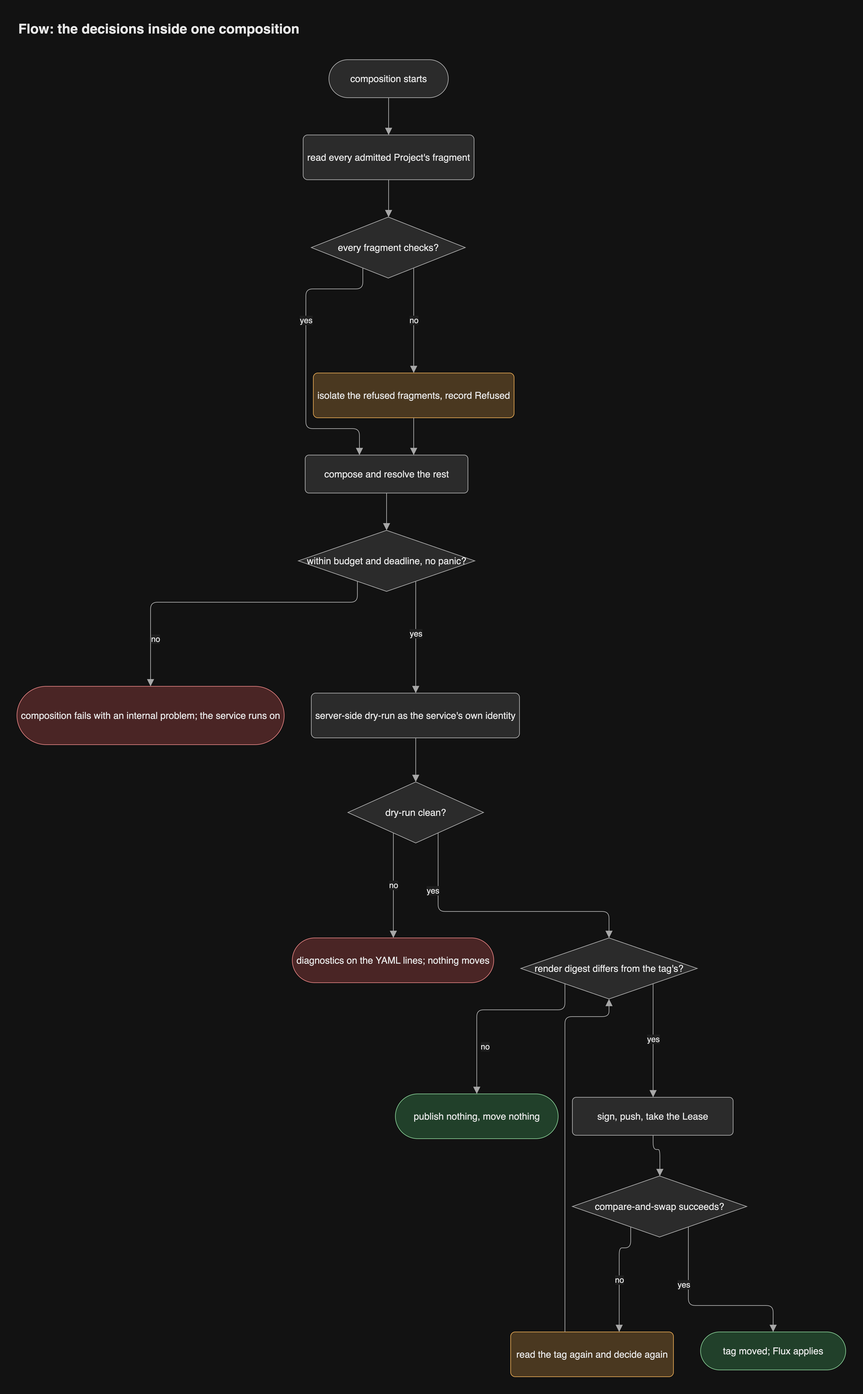
Earlier version of the draw.io export docs/diagrams/png/flow-composition.png (JorisJonkers-dev/estate-kit). Source tidied: cells renumbered, new cells last; positions are measured from the earlier drawing's top-left corner, leaving out a move shared by most shapes.
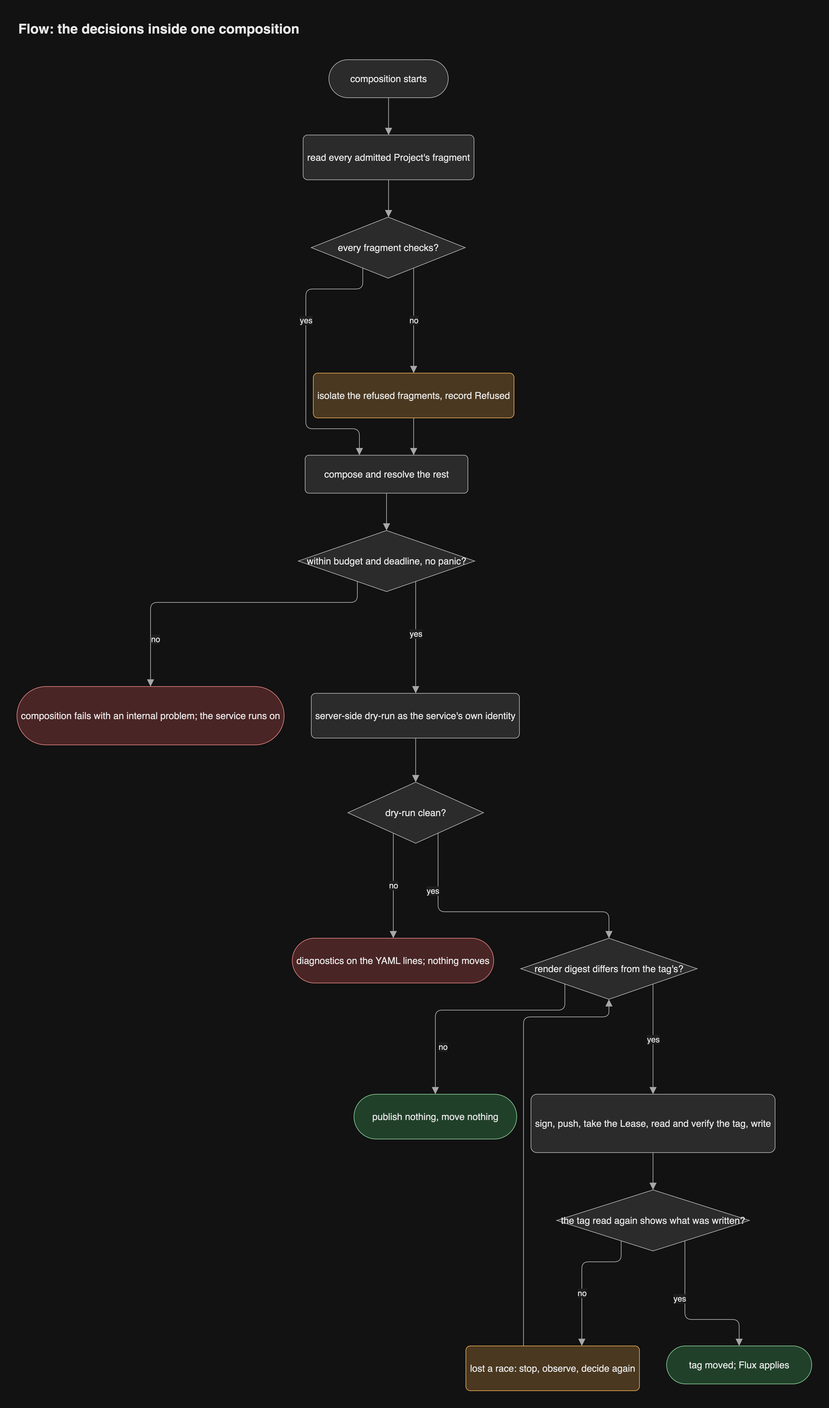
After the commit.

Change to the diagram source:
```diff
@@ -36,19 +36,19 @@
       <mxGeometry x="743" y="1359" width="260" height="90" as="geometry" />
     </mxCell>
     <mxCell id="13" value="publish nothing, move nothing" style="rounded=1;arcSize=50;html=1;whiteSpace=wrap;fontSize=14;fontColor=light-dark(#1a1a1a,#e8e8e8);fillColor=light-dark(#d5e8d4,#21402a);strokeColor=light-dark(#82b366,#7fc08c);fontFamily=Helvetica;" parent="1" vertex="1">
-      <mxGeometry x="558" y="1589" width="240" height="66" as="geometry" />
+      <mxGeometry x="497" y="1589" width="240" height="66" as="geometry" />
     </mxCell>
-    <mxCell id="14" value="sign, push, take the Lease" style="rounded=1;arcSize=10;html=1;whiteSpace=wrap;fontSize=14;fontColor=light-dark(#1a1a1a,#e8e8e8);fillColor=light-dark(#f5f5f5,#2b2b2b);strokeColor=light-dark(#666666,#a8a8a8);fontFamily=Helvetica;" parent="1" vertex="1">
-      <mxGeometry x="819" y="1594" width="237" height="56" as="geometry" />
+    <mxCell id="14" value="sign, push, take the Lease, read and verify the tag, write" style="rounded=1;arcSize=10;html=1;whiteSpace=wrap;fontSize=14;fontColor=light-dark(#1a1a1a,#e8e8e8);fillColor=light-dark(#f5f5f5,#2b2b2b);strokeColor=light-dark(#666666,#a8a8a8);fontFamily=Helvetica;" parent="1" vertex="1">
+      <mxGeometry x="758" y="1589" width="360" height="86" as="geometry" />
     </mxCell>
-    <mxCell id="15" value="compare-and-swap succeeds?" style="rhombus;html=1;whiteSpace=wrap;fontSize=14;fontColor=light-dark(#1a1a1a,#e8e8e8);fillColor=light-dark(#f5f5f5,#2b2b2b);strokeColor=light-dark(#666666,#a8a8a8);fontFamily=Helvetica;" parent="1" vertex="1">
-      <mxGeometry x="819" y="1710" width="257" height="90" as="geometry" />
+    <mxCell id="15" value="the tag read again shows what was written?" style="rhombus;html=1;whiteSpace=wrap;fontSize=14;fontColor=light-dark(#1a1a1a,#e8e8e8);fillColor=light-dark(#f5f5f5,#2b2b2b);strokeColor=light-dark(#666666,#a8a8a8);fontFamily=Helvetica;" parent="1" vertex="1">
+      <mxGeometry x="796" y="1730" width="284" height="90" as="geometry" />
     </mxCell>
-    <mxCell id="16" value="read the tag again and decide again" style="rounded=1;arcSize=10;html=1;whiteSpace=wrap;fontSize=14;fontColor=light-dark(#1a1a1a,#e8e8e8);fillColor=light-dark(#ffe6cc,#4a3820);strokeColor=light-dark(#d79b00,#d9a050);fontFamily=Helvetica;" parent="1" vertex="1">
-      <mxGeometry x="728" y="1940" width="240" height="66" as="geometry" />
+    <mxCell id="16" value="lost a race: stop, observe, decide again" style="rounded=1;arcSize=10;html=1;whiteSpace=wrap;fontSize=14;fontColor=light-dark(#1a1a1a,#e8e8e8);fillColor=light-dark(#ffe6cc,#4a3820);strokeColor=light-dark(#d79b00,#d9a050);fontFamily=Helvetica;" parent="1" vertex="1">
+      <mxGeometry x="662" y="1960" width="256" height="66" as="geometry" />
     </mxCell>
     <mxCell id="17" value="tag moved; Flux applies" style="rounded=1;arcSize=50;html=1;whiteSpace=wrap;fontSize=14;fontColor=light-dark(#1a1a1a,#e8e8e8);fillColor=light-dark(#d5e8d4,#21402a);strokeColor=light-dark(#82b366,#7fc08c);fontFamily=Helvetica;" parent="1" vertex="1">
-      <mxGeometry x="1008" y="1940" width="214" height="56" as="geometry" />
+      <mxGeometry x="958" y="1960" width="214" height="56" as="geometry" />
     </mxCell>
     <mxCell id="18" style="html=1;rounded=1;fontSize=14;fontSize=12;fontColor=light-dark(#1a1a1a,#e8e8e8);strokeColor=light-dark(#666666,#a8a8a8);endArrow=block;endFill=1;endSize=8;curved=0;exitX=0.5;exitY=1;entryX=0.5;entryY=0;edgeStyle=orthogonalEdgeStyle;fontFamily=Helvetica;labelBackgroundColor=light-dark(#ffffff,#1e1e1e);" parent="1" edge="1" source="2" target="3">
       <mxGeometry relative="1" as="geometry">
@@ -140,56 +140,54 @@
       <mxGeometry relative="1" as="geometry">
         <Array as="points">
           <mxPoint x="808" y="1465" />
-          <mxPoint x="678" y="1465" />
+          <mxPoint x="617" y="1465" />
         </Array>
-        <mxPoint x="-11" y="54" as="offset" />
+        <mxPoint x="-41.5" y="54" as="offset" />
       </mxGeometry>
     </mxCell>
-    <mxCell id="30" value="yes" style="html=1;rounded=1;fontSize=14;fontSize=12;fontColor=light-dark(#1a1a1a,#e8e8e8);strokeColor=light-dark(#666666,#a8a8a8);endArrow=block;endFill=1;endSize=8;noEdgeStyle=1;orthogonal=1;curved=0;exitX=0.75;exitY=0.75;entryX=0.5021;entryY=0;fontFamily=Helvetica;labelBackgroundColor=light-dark(#ffffff,#1e1e1e);" parent="1" edge="1" source="12" target="14">
+    <mxCell id="30" value="yes" style="html=1;rounded=1;fontSize=14;fontSize=12;fontColor=light-dark(#1a1a1a,#e8e8e8);strokeColor=light-dark(#666666,#a8a8a8);endArrow=block;endFill=1;endSize=8;noEdgeStyle=1;orthogonal=1;curved=0;exitX=0.75;exitY=0.75;entryX=0.5;entryY=0;fontFamily=Helvetica;labelBackgroundColor=light-dark(#ffffff,#1e1e1e);" parent="1" edge="1" source="12" target="14">
       <mxGeometry relative="1" as="geometry">
         <Array as="points">
           <mxPoint x="938" y="1449" />
         </Array>
-        <mxPoint y="-2.5" as="offset" />
       </mxGeometry>
     </mxCell>
-    <mxCell id="31" style="html=1;rounded=1;fontSize=14;fontSize=12;fontColor=light-dark(#1a1a1a,#e8e8e8);strokeColor=light-dark(#666666,#a8a8a8);endArrow=block;endFill=1;endSize=8;curved=0;exitX=0.5021;exitY=1;entryX=0.5019;entryY=0;edgeStyle=orthogonalEdgeStyle;fontFamily=Helvetica;labelBackgroundColor=light-dark(#ffffff,#1e1e1e);" parent="1" edge="1" source="14" target="15">
+    <mxCell id="31" style="html=1;rounded=1;fontSize=14;fontSize=12;fontColor=light-dark(#1a1a1a,#e8e8e8);strokeColor=light-dark(#666666,#a8a8a8);endArrow=block;endFill=1;endSize=8;curved=0;exitX=0.5;exitY=1;entryX=0.5;entryY=0;edgeStyle=orthogonalEdgeStyle;fontFamily=Helvetica;labelBackgroundColor=light-dark(#ffffff,#1e1e1e);" parent="1" edge="1" source="14" target="15">
       <mxGeometry relative="1" as="geometry">
         <Array as="points">
-          <mxPoint x="938" y="1671" />
-          <mxPoint x="948" y="1671" />
+          <mxPoint x="938" y="1702.5" />
         </Array>
       </mxGeometry>
     </mxCell>
-    <mxCell id="32" value="yes" style="html=1;rounded=1;fontSize=14;fontSize=12;fontColor=light-dark(#1a1a1a,#e8e8e8);strokeColor=light-dark(#666666,#a8a8a8);endArrow=block;endFill=1;endSize=8;noEdgeStyle=1;orthogonal=1;curved=0;exitX=0.6654;exitY=0.8346;entryX=0.5;entryY=0;fontFamily=Helvetica;labelBackgroundColor=light-dark(#ffffff,#1e1e1e);" parent="1" edge="1" source="15" target="17">
+    <mxCell id="32" value="yes" style="html=1;rounded=1;fontSize=14;fontSize=12;fontColor=light-dark(#1a1a1a,#e8e8e8);strokeColor=light-dark(#666666,#a8a8a8);endArrow=block;endFill=1;endSize=8;noEdgeStyle=1;orthogonal=1;curved=0;exitX=0.6655;exitY=0.8345;entryX=0.5;entryY=0;fontFamily=Helvetica;labelBackgroundColor=light-dark(#ffffff,#1e1e1e);" parent="1" edge="1" source="15" target="17">
       <mxGeometry relative="1" as="geometry">
         <Array as="points">
-          <mxPoint x="990" y="1901" />
-          <mxPoint x="1115" y="1901" />
+          <mxPoint x="985" y="1921" />
+          <mxPoint x="1065" y="1921" />
         </Array>
-        <mxPoint x="-31.5" y="-31" as="offset" />
+        <mxPoint x="-9" y="-31" as="offset" />
       </mxGeometry>
     </mxCell>
-    <mxCell id="33" value="no" style="html=1;rounded=1;fontSize=14;fontSize=12;fontColor=light-dark(#1a1a1a,#e8e8e8);strokeColor=light-dark(#666666,#a8a8a8);endArrow=block;endFill=1;endSize=8;noEdgeStyle=1;orthogonal=1;curved=0;exitX=0.3346;exitY=0.8346;entryX=0.6667;entryY=0;fontFamily=Helvetica;labelBackgroundColor=light-dark(#ffffff,#1e1e1e);" parent="1" edge="1" source="15" target="16">
+    <mxCell id="33" value="no" style="html=1;rounded=1;fontSize=14;fontSize=12;fontColor=light-dark(#1a1a1a,#e8e8e8);strokeColor=light-dark(#666666,#a8a8a8);endArrow=block;endFill=1;endSize=8;noEdgeStyle=1;orthogonal=1;curved=0;exitX=0.3345;exitY=0.8345;entryX=0.668;entryY=0;fontFamily=Helvetica;labelBackgroundColor=light-dark(#ffffff,#1e1e1e);" parent="1" edge="1" source="15" target="16">
       <mxGeometry relative="1" as="geometry">
         <Array as="points">
-          <mxPoint x="905" y="1816" />
-          <mxPoint x="888" y="1816" />
+          <mxPoint x="891" y="1836" />
+          <mxPoint x="833" y="1836" />
         </Array>
-        <mxPoint y="8.5" as="offset" />
+        <mxPoint y="29" as="offset" />
       </mxGeometry>
     </mxCell>
-    <mxCell id="34" style="html=1;rounded=1;fontSize=14;fontSize=12;fontColor=light-dark(#1a1a1a,#e8e8e8);strokeColor=light-dark(#666666,#a8a8a8);endArrow=block;endFill=1;endSize=8;curved=0;exitX=0.3333;exitY=0;entryX=0.5;entryY=1;edgeStyle=orthogonalEdgeStyle;fontFamily=Helvetica;labelBackgroundColor=light-dark(#ffffff,#1e1e1e);" parent="1" edge="1" source="16" target="12">
+    <mxCell id="34" style="html=1;rounded=1;fontSize=14;fontSize=12;fontColor=light-dark(#1a1a1a,#e8e8e8);strokeColor=light-dark(#666666,#a8a8a8);endArrow=block;endFill=1;endSize=8;curved=0;exitX=0.332;exitY=0;entryX=0.5;entryY=1;edgeStyle=orthogonalEdgeStyle;fontFamily=Helvetica;labelBackgroundColor=light-dark(#ffffff,#1e1e1e);" parent="1" edge="1" source="16" target="12">
       <mxGeometry relative="1" as="geometry">
         <Array as="points">
-          <mxPoint x="808" y="1870" />
-          <mxPoint x="808" y="1475" />
+          <mxPoint x="747" y="1890" />
+          <mxPoint x="747" y="1475" />
           <mxPoint x="873" y="1475" />
         </Array>
       </mxGeometry>
     </mxCell>
     <mxCell id="35" value="Flow: the decisions inside one composition" style="text;html=1;whiteSpace=wrap;align=left;verticalAlign=middle;fontSize=20;fontStyle=1;fontColor=light-dark(#1a1a1a,#e8e8e8);fontFamily=Helvetica;" parent="1" vertex="1">
-      <mxGeometry width="1222" height="36" as="geometry" />
+      <mxGeometry width="1172" height="36" as="geometry" />
     </mxCell>
   </root>
 </mxGraphModel>
```
